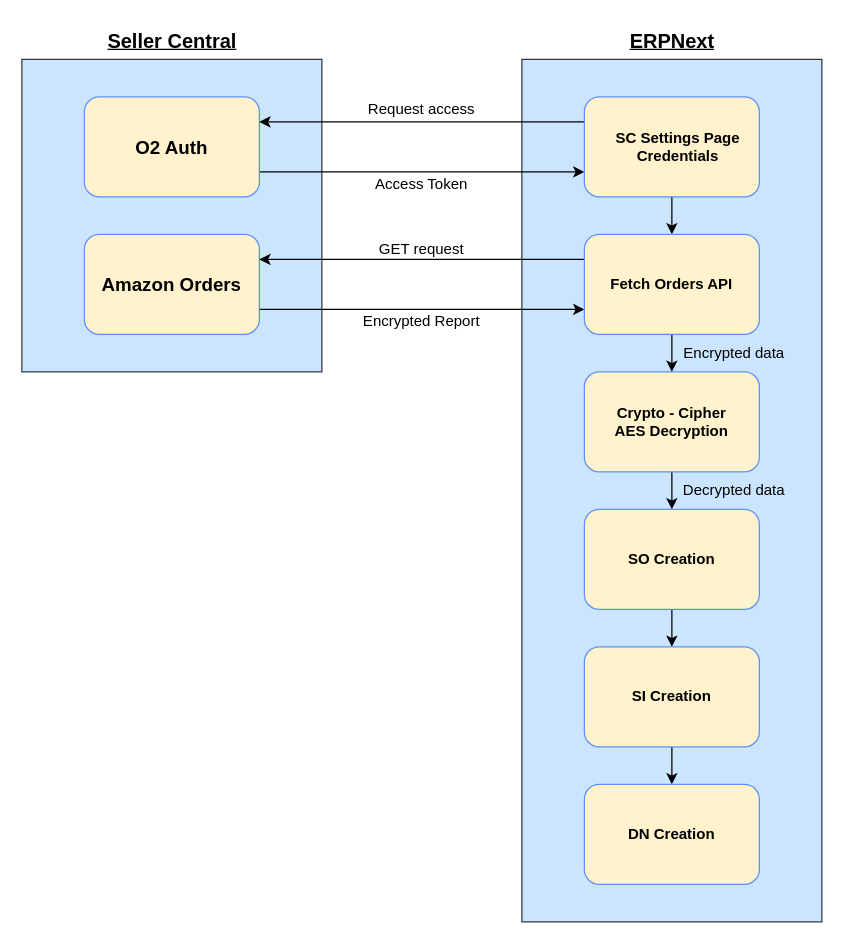
This is SP_API_fetch_orders.drawio from GVicky98/Seller-Central-API-Flow, a draw.io file, before an edit. Source tidied: cells renumbered, new cells numbered last; positions are measured from the earlier drawing's top-left corner, leaving out a move shared by most shapes. Both pictures are drawn from the tidied source at 125%, with x=0, y=0 at pixel (21, 21).
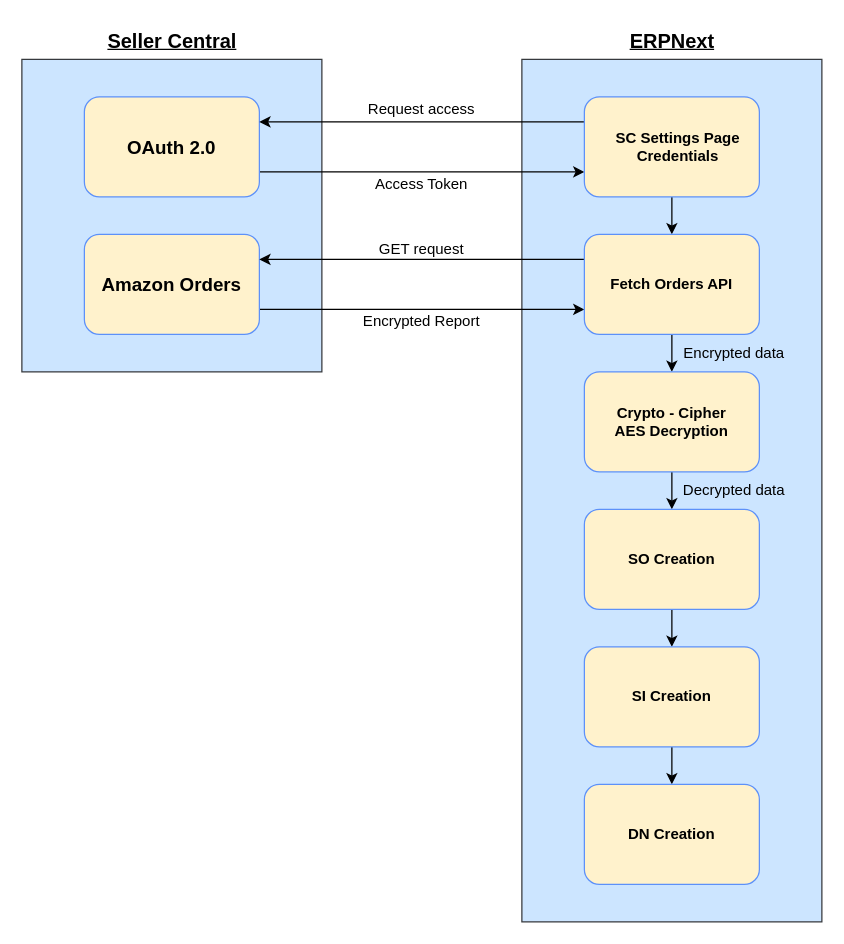
The same diagram, later.

The edit, as a diff of the source:
```diff
@@
-    <mxCell id="16" value="O2 Auth" style="text;html=1;align=center;verticalAlign=middle;whiteSpace=wrap;rounded=0;fontStyle=1;fontSize=15;labelBackgroundColor=none;labelBorderColor=none;fillColor=none;shadow=0;" parent="1" vertex="1">
-      <mxGeometry x="90" y="85" width="60" height="30" as="geometry" />
+    <mxCell id="16" value="OAuth 2.0" style="text;html=1;align=center;verticalAlign=middle;whiteSpace=wrap;rounded=0;fontStyle=1;fontSize=15;labelBackgroundColor=none;labelBorderColor=none;fillColor=none;shadow=0;" parent="1" vertex="1">
+      <mxGeometry x="80" y="85" width="80" height="30" as="geometry" />
     </mxCell>
```
